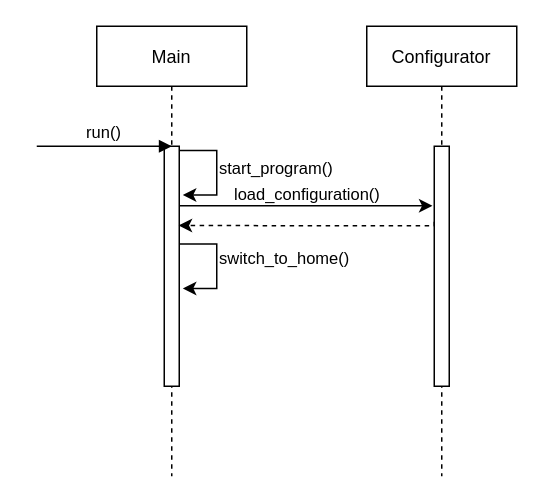
Sang0920/senior-project-spring-2022-blueprint-automation-tool keeps this draw.io diagram as docs/design/drawio/interaction_diagrams/start_program.drawio. Above is the earlier version. Source tidied: cells renumbered, new cells numbered last; positions are measured from the earlier drawing's top-left corner, leaving out a move shared by most shapes. Both pictures are drawn from the tidied source at 150%, with x=0, y=0 at pixel (36, 26).
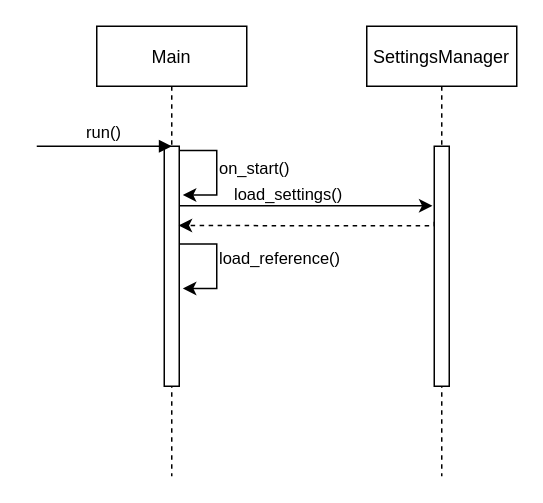
After the change.

Change to the diagram source:
```diff
@@
-    <mxCell id="7" value="Configurator" style="shape=umlLifeline;perimeter=lifelinePerimeter;rounded=0;shadow=0;strokeWidth=1;" parent="1" vertex="1">
+    <mxCell id="7" value="SettingsManager" style="shape=umlLifeline;perimeter=lifelinePerimeter;rounded=0;shadow=0;strokeWidth=1;" parent="1" vertex="1">
       <mxGeometry x="220" width="100" height="300" as="geometry" />
     </mxCell>
@@
-    <mxCell id="10" value="start_program()" style="text;html=1;strokeColor=none;fillColor=none;align=left;verticalAlign=middle;whiteSpace=wrap;rounded=0;fontSize=11;" parent="1" vertex="1">
+    <mxCell id="10" value="on_start()" style="text;html=1;strokeColor=none;fillColor=none;align=left;verticalAlign=middle;whiteSpace=wrap;rounded=0;fontSize=11;" parent="1" vertex="1">
       <mxGeometry x="120" y="90" width="60" height="10" as="geometry" />
     </mxCell>
-    <mxCell id="11" value="load_configuration()" style="text;html=1;strokeColor=none;fillColor=none;align=left;verticalAlign=middle;whiteSpace=wrap;rounded=0;fontSize=11;" parent="1" vertex="1">
+    <mxCell id="11" value="load_settings()" style="text;html=1;strokeColor=none;fillColor=none;align=left;verticalAlign=middle;whiteSpace=wrap;rounded=0;fontSize=11;" parent="1" vertex="1">
       <mxGeometry x="130" y="109" width="60" height="6" as="geometry" />
     </mxCell>
@@
-    <mxCell id="13" value="switch_to_home()" style="text;html=1;strokeColor=none;fillColor=none;align=left;verticalAlign=middle;whiteSpace=wrap;rounded=0;fontSize=11;" parent="1" vertex="1">
+    <mxCell id="13" value="load_reference()" style="text;html=1;strokeColor=none;fillColor=none;align=left;verticalAlign=middle;whiteSpace=wrap;rounded=0;fontSize=11;" parent="1" vertex="1">
       <mxGeometry x="120" y="150" width="60" height="10" as="geometry" />
     </mxCell>
```
